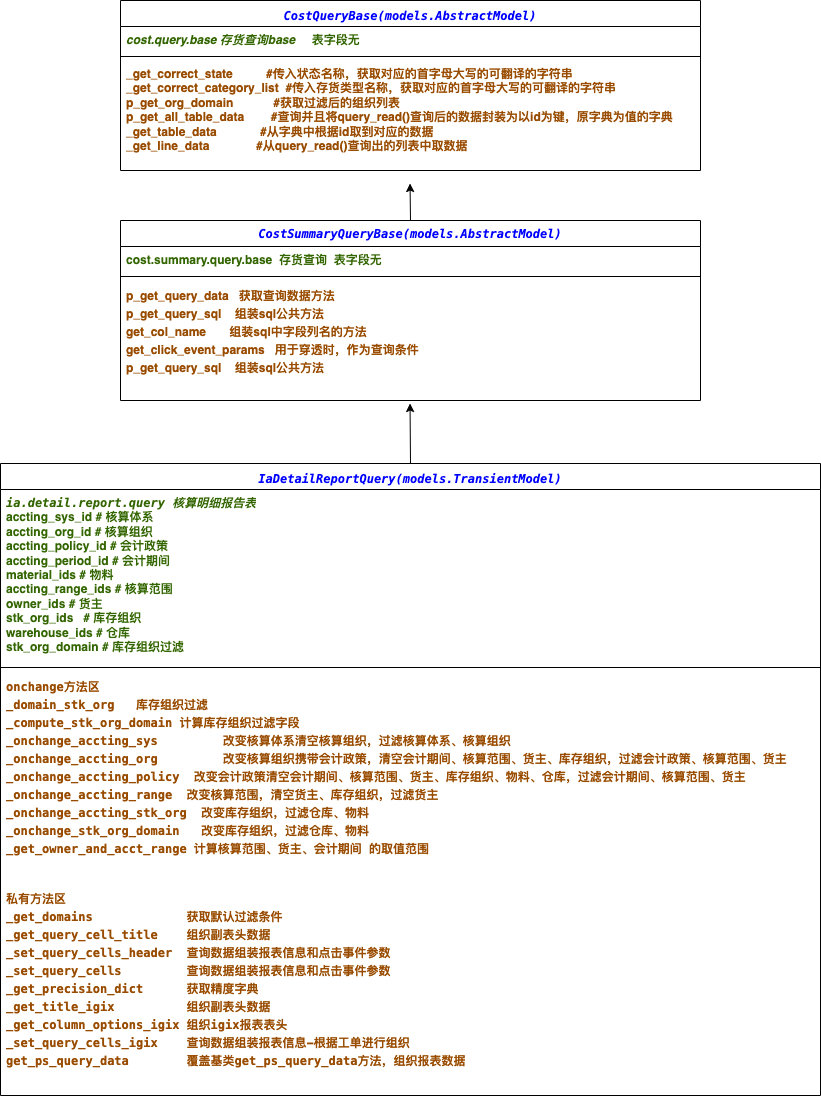
dbbruce/dbbruce.github.io keeps this draw.io diagram as images/项目/佳业/ia.detail.report.query/核算明细报告.drawio.png. Above is the earlier version. Source tidied: cells renumbered, new cells last; positions are measured from the earlier drawing's top-left corner, leaving out a move shared by most shapes.
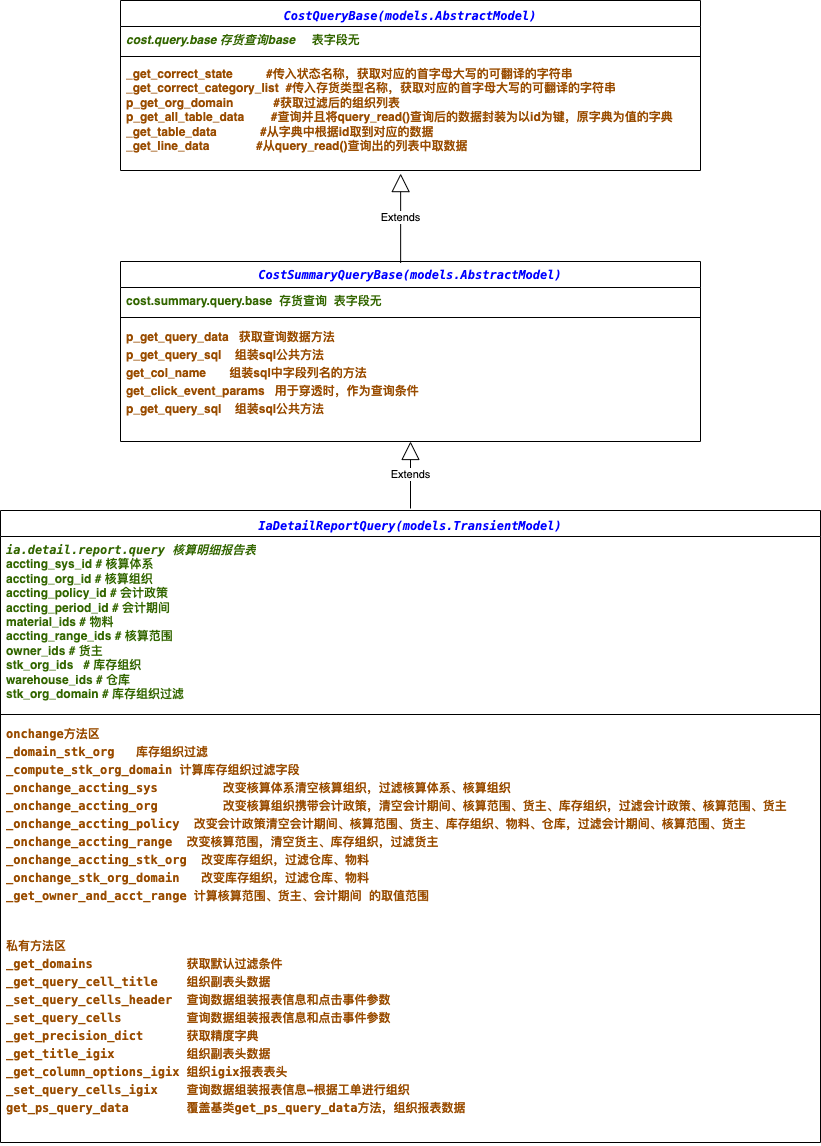
The same diagram one commit later.

The edit, as a diff of the source:
```diff
@@ -2,11 +2,6 @@
   <root>
     <mxCell id="0" />
     <mxCell id="1" parent="0" />
-    <mxCell id="2" style="edgeStyle=orthogonalEdgeStyle;rounded=0;jettySize=auto;html=1;exitX=0.5;exitY=0;exitDx=0;exitDy=0;" parent="1" edge="1" source="3">
-      <mxGeometry relative="1" as="geometry">
-        <mxPoint x="409.5" y="403" as="targetPoint" />
-      </mxGeometry>
-    </mxCell>
     <mxCell id="3" value="&lt;div style=&quot;background-color: rgb(255, 255, 255); line-height: 18px;&quot;&gt;&lt;div style=&quot;font-family: Menlo, Monaco, &amp;quot;Courier New&amp;quot;, monospace; line-height: 18px; white-space: pre;&quot;&gt;&lt;font style=&quot;&quot; color=&quot;#0000ff&quot;&gt;&lt;i&gt;IaDetailReportQuery(models.TransientModel)&lt;/i&gt;&lt;/font&gt;&lt;/div&gt;&lt;/div&gt;" style="swimlane;fontStyle=1;align=center;verticalAlign=top;horizontal=1;startSize=26;whiteSpace=wrap;html=1;" parent="1" vertex="1">
       <mxGeometry y="463" width="820" height="632" as="geometry" />
     </mxCell>
@@ -22,13 +17,8 @@
     <mxCell id="7" value="&lt;div style=&quot;font-family: Menlo, Monaco, &amp;quot;Courier New&amp;quot;, monospace; line-height: 18px; white-space: pre;&quot;&gt;&lt;span style=&quot;&quot;&gt;私有方法区&lt;/span&gt;&lt;/div&gt;&lt;div style=&quot;line-height: 18px;&quot;&gt;&lt;font face=&quot;Menlo, Monaco, Courier New, monospace&quot;&gt;&lt;span style=&quot;white-space: pre;&quot;&gt;_get_domains             获取默认过滤条件&lt;br&gt;_get_query_cell_title    组织副表头数据&lt;br&gt;_set_query_cells_header  查询数据组装报表信息和点击事件参数&lt;br&gt;_set_query_cells         查询数据组装报表信息和点击事件参数&lt;br&gt;_get_precision_dict      获取精度字典&lt;br&gt;_get_title_igix          组织副表头数据&lt;br&gt;_get_column_options_igix 组织igix报表表头&lt;br&gt;_set_query_cells_igix    查询数据组装报表信息-根据工单进行组织&lt;br&gt;get_ps_query_data        覆盖基类get_ps_query_data方法，组织报表数据&lt;/span&gt;&lt;/font&gt;&lt;br&gt;&lt;/div&gt;" style="text;strokeColor=none;fillColor=none;align=left;verticalAlign=top;spacingLeft=4;spacingRight=4;overflow=hidden;whiteSpace=wrap;html=1;fontColor=#994C00;fontStyle=1;labelBackgroundColor=none;" parent="3" vertex="1">
       <mxGeometry y="420" width="820" height="212" as="geometry" />
     </mxCell>
-    <mxCell id="8" style="edgeStyle=orthogonalEdgeStyle;rounded=0;jettySize=auto;html=1;exitX=0.5;exitY=0;exitDx=0;exitDy=0;" parent="1" edge="1" source="9">
-      <mxGeometry relative="1" as="geometry">
-        <mxPoint x="409.5" y="183" as="targetPoint" />
-      </mxGeometry>
-    </mxCell>
     <mxCell id="9" value="&lt;i&gt;&lt;font color=&quot;#0000ff&quot;&gt;&lt;span style=&quot;font-family: Menlo, Monaco, &amp;quot;Courier New&amp;quot;, monospace; white-space: pre;&quot;&gt;CostSummaryQueryBase&lt;/span&gt;&lt;span style=&quot;background-color: rgb(255, 255, 255); font-family: Menlo, Monaco, &amp;quot;Courier New&amp;quot;, monospace; white-space: pre;&quot;&gt;(&lt;/span&gt;&lt;span style=&quot;font-family: Menlo, Monaco, &amp;quot;Courier New&amp;quot;, monospace; white-space: pre;&quot;&gt;models&lt;/span&gt;&lt;span style=&quot;background-color: rgb(255, 255, 255); font-family: Menlo, Monaco, &amp;quot;Courier New&amp;quot;, monospace; white-space: pre;&quot;&gt;.&lt;/span&gt;&lt;span style=&quot;font-family: Menlo, Monaco, &amp;quot;Courier New&amp;quot;, monospace; white-space: pre;&quot;&gt;AbstractModel&lt;/span&gt;&lt;span style=&quot;background-color: rgb(255, 255, 255); font-family: Menlo, Monaco, &amp;quot;Courier New&amp;quot;, monospace; white-space: pre;&quot;&gt;)&lt;/span&gt;&lt;/font&gt;&lt;/i&gt;" style="swimlane;fontStyle=1;align=center;verticalAlign=top;horizontal=1;startSize=26;whiteSpace=wrap;html=1;" parent="1" vertex="1">
-      <mxGeometry x="120" y="220" width="580" height="180" as="geometry" />
+      <mxGeometry x="120" y="214" width="580" height="180" as="geometry" />
     </mxCell>
     <mxCell id="10" value="&lt;font color=&quot;#336600&quot;&gt;&lt;b&gt;&lt;span style=&quot;text-align: center;&quot;&gt;cost.summary.query.base&amp;nbsp; 存货查询&amp;nbsp;&amp;nbsp;&lt;/span&gt;表字段无&lt;/b&gt;&lt;/font&gt;" style="text;strokeColor=none;fillColor=none;align=left;verticalAlign=top;spacingLeft=4;spacingRight=4;overflow=hidden;whiteSpace=wrap;html=1;" parent="9" vertex="1">
       <mxGeometry y="26" width="580" height="26" as="geometry" />
@@ -40,7 +30,7 @@
       <mxGeometry y="60" width="580" height="120" as="geometry" />
     </mxCell>
     <mxCell id="13" value="&lt;div style=&quot;background-color: rgb(255, 255, 255); font-family: Menlo, Monaco, &amp;quot;Courier New&amp;quot;, monospace; line-height: 18px; white-space: pre;&quot;&gt;&lt;font style=&quot;&quot; color=&quot;#0000ff&quot;&gt;CostQueryBase(models.AbstractModel)&lt;/font&gt;&lt;/div&gt;" style="swimlane;fontStyle=3;align=center;verticalAlign=top;horizontal=1;startSize=26;whiteSpace=wrap;html=1;" parent="1" vertex="1">
-      <mxGeometry x="120" width="580" height="170" as="geometry" />
+      <mxGeometry x="120" y="-47" width="580" height="170" as="geometry" />
     </mxCell>
     <mxCell id="14" value="&lt;font color=&quot;#336600&quot;&gt;&lt;b&gt;&lt;span style=&quot;font-style: italic; text-align: center;&quot;&gt;cost.query.base 存货查询base&amp;nbsp; &amp;nbsp; &amp;nbsp;&lt;/span&gt;表字段无&lt;/b&gt;&lt;/font&gt;" style="text;strokeColor=none;fillColor=none;align=left;verticalAlign=top;spacingLeft=4;spacingRight=4;overflow=hidden;whiteSpace=wrap;html=1;" parent="13" vertex="1">
       <mxGeometry y="26" width="580" height="26" as="geometry" />
@@ -51,5 +41,13 @@
     <mxCell id="16" value="&lt;div&gt;_get_correct_state&amp;nbsp; &amp;nbsp; &amp;nbsp; &amp;nbsp; &amp;nbsp; #传入状态名称，获取对应的首字母大写的可翻译的字符串&lt;/div&gt;&lt;div&gt;_get_correct_category_list&amp;nbsp; #传入存货类型名称，获取对应的首字母大写的可翻译的字符串&lt;/div&gt;&lt;div&gt;p_get_org_domain&amp;nbsp; &amp;nbsp; &amp;nbsp; &amp;nbsp; &amp;nbsp; &amp;nbsp; #获取过滤后的组织列表&lt;/div&gt;&lt;div&gt;p_get_all_table_data&amp;nbsp; &amp;nbsp; &amp;nbsp; &amp;nbsp; #查询并且将query_read()查询后的数据封装为以id为键，原字典为值的字典&lt;/div&gt;&lt;div&gt;_get_table_data&amp;nbsp; &amp;nbsp; &amp;nbsp; &amp;nbsp; &amp;nbsp; &amp;nbsp; &amp;nbsp;#从字典中根据id取到对应的数据&lt;/div&gt;&lt;div&gt;_get_line_data&amp;nbsp; &amp;nbsp; &amp;nbsp; &amp;nbsp; &amp;nbsp; &amp;nbsp; &amp;nbsp; #从query_read()查询出的列表中取数据&lt;/div&gt;" style="text;strokeColor=none;fillColor=none;align=left;verticalAlign=top;spacingLeft=4;spacingRight=4;overflow=hidden;points=[[0,0.5],[1,0.5]];portConstraint=eastwest;whiteSpace=wrap;html=1;fontColor=#994C00;fontStyle=1;labelBackgroundColor=none;" parent="13" vertex="1">
       <mxGeometry y="60" width="580" height="110" as="geometry" />
     </mxCell>
+    <mxCell id="17" value="Extends" style="endArrow=block;endSize=16;endFill=0;html=1;rounded=0;" parent="1" edge="1" target="12">
+      <mxGeometry relative="1" as="geometry">
+        <mxPoint x="410" y="461" as="sourcePoint" />
+      </mxGeometry>
+    </mxCell>
+    <mxCell id="18" value="Extends" style="endArrow=block;endSize=16;endFill=0;html=1;rounded=0;exitX=0.483;exitY=0.008;exitDx=0;exitDy=0;exitPerimeter=0;entryX=0.483;entryY=1.028;entryDx=0;entryDy=0;entryPerimeter=0;verticalAlign=middle;labelPosition=center;verticalLabelPosition=middle;align=center;" parent="1" edge="1" source="9" target="16">
+      <mxGeometry relative="1" as="geometry" />
+    </mxCell>
   </root>
 </mxGraphModel>
```
